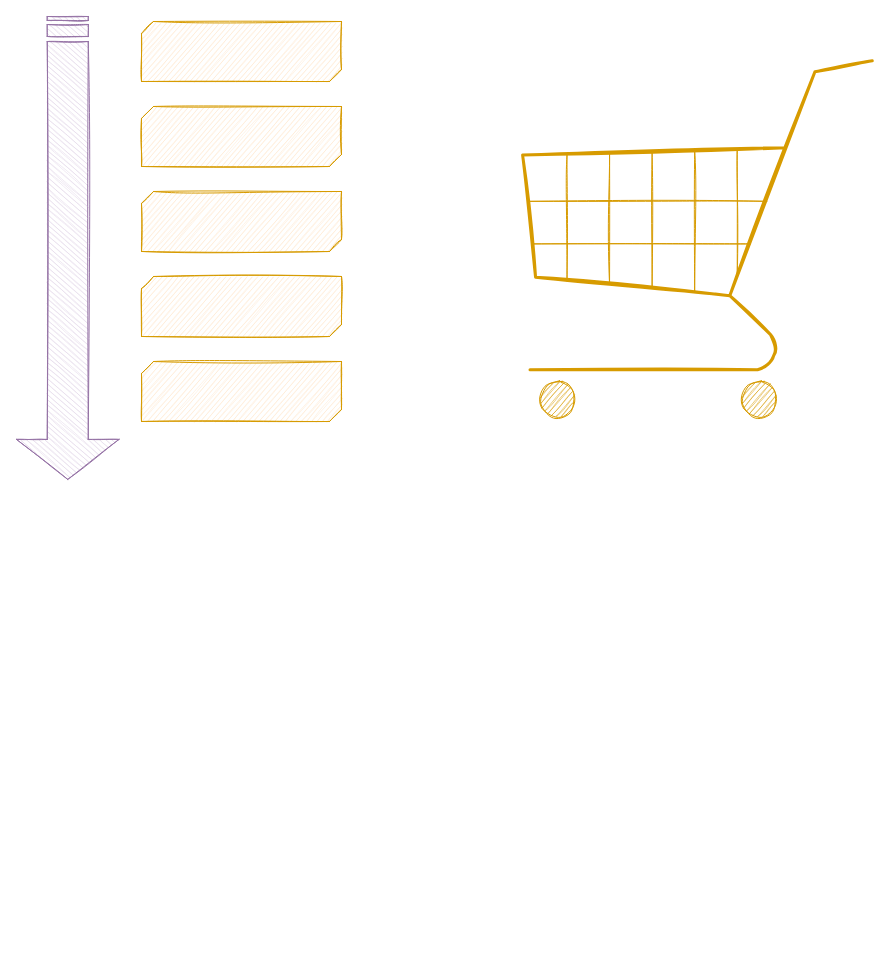
Before: assets/TimeTravelling.drawio in oskardudycz/EventSourcing.NetCore, a draw.io diagram. Source tidied: cells renumbered, new cells numbered last; positions are measured from the earlier drawing's top-left corner, leaving out a move shared by most shapes. Both pictures are drawn from the tidied source at 100%, with x=0, y=0 at pixel (-164, 21).
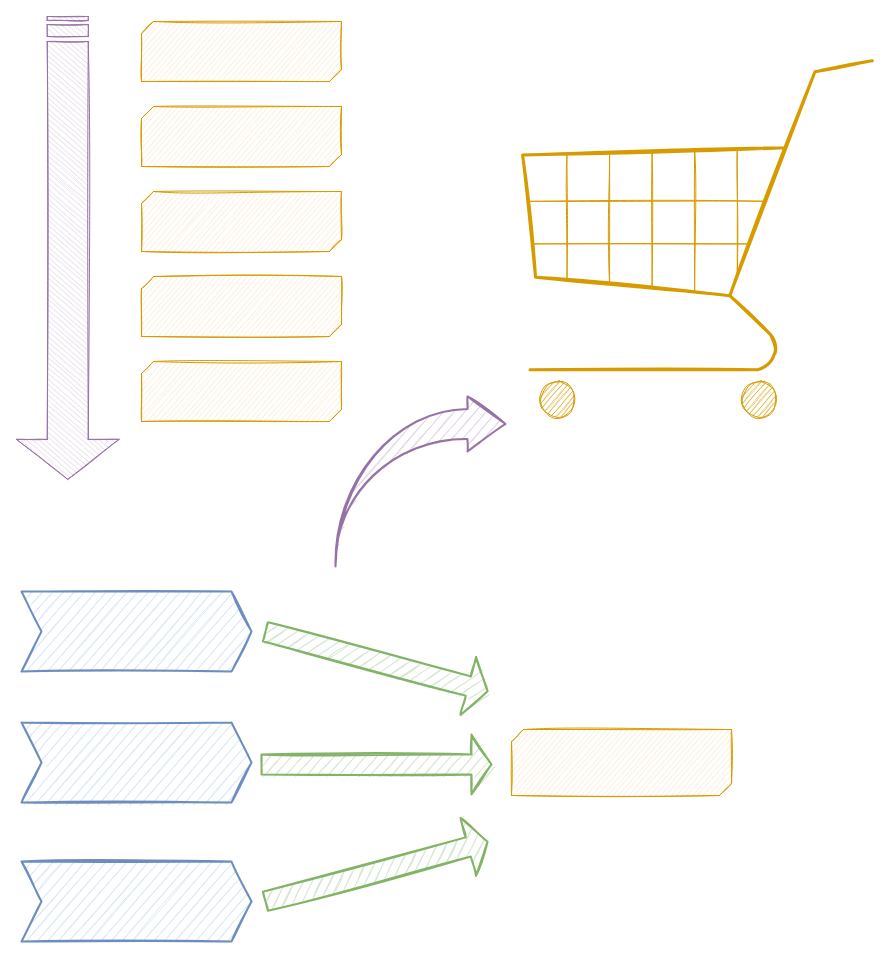
The same diagram, later.

Change to the diagram source:
```diff
@@
 <mxGraphModel>
   <root>
     <mxCell id="0" />
     <mxCell id="1" parent="0" />
     <mxCell id="2" style="html=1;shadow=0;dashed=0;align=center;verticalAlign=middle;shape=mxgraph.arrows2.stripedArrow;dy=0.6;dx=40;notch=25;rotation=90;fillColor=#e1d5e7;strokeColor=#9673a6;sketch=1;" parent="1" vertex="1">
       <mxGeometry x="-0.2" y="175.2" width="462.9" height="102.5" as="geometry" />
     </mxCell>
     <mxCell id="3" style="verticalLabelPosition=bottom;verticalAlign=top;html=1;shape=mxgraph.basic.diag_snip_rect;dx=6;shadow=0;sketch=1;fillColor=#ffe6cc;strokeColor=#d79b00;" parent="1" vertex="1">
       <mxGeometry x="305" width="200" height="60" as="geometry" />
     </mxCell>
     <mxCell id="4" style="verticalLabelPosition=bottom;verticalAlign=top;html=1;shape=mxgraph.basic.diag_snip_rect;dx=6;shadow=0;sketch=1;fillColor=#ffe6cc;strokeColor=#d79b00;" parent="1" vertex="1">
       <mxGeometry x="305" y="340" width="200" height="60" as="geometry" />
     </mxCell>
     <mxCell id="5" style="verticalLabelPosition=bottom;verticalAlign=top;html=1;shape=mxgraph.basic.diag_snip_rect;dx=6;shadow=0;sketch=1;fillColor=#ffe6cc;strokeColor=#d79b00;" parent="1" vertex="1">
       <mxGeometry x="305" y="85" width="200" height="60" as="geometry" />
     </mxCell>
     <mxCell id="6" style="verticalLabelPosition=bottom;verticalAlign=top;html=1;shape=mxgraph.basic.diag_snip_rect;dx=6;shadow=0;sketch=1;fillColor=#ffe6cc;strokeColor=#d79b00;" parent="1" vertex="1">
       <mxGeometry x="305" y="170" width="200" height="60" as="geometry" />
     </mxCell>
     <mxCell id="7" style="verticalLabelPosition=bottom;verticalAlign=top;html=1;shape=mxgraph.basic.diag_snip_rect;dx=6;shadow=0;sketch=1;fillColor=#ffe6cc;strokeColor=#d79b00;" parent="1" vertex="1">
       <mxGeometry x="305" y="255" width="200" height="60" as="geometry" />
     </mxCell>
     <mxCell id="8" style="verticalLabelPosition=bottom;shadow=0;dashed=0;align=center;html=1;verticalAlign=top;strokeWidth=2;shape=mxgraph.mockup.misc.shoppingCart;strokeColor=#d79b00;sketch=1;fillColor=#ffe6cc;perimeterSpacing=0;" parent="1" vertex="1">
       <mxGeometry x="675" y="30" width="370" height="370" as="geometry" />
     </mxCell>
+    <mxCell id="9" style="verticalLabelPosition=bottom;verticalAlign=top;html=1;shape=mxgraph.basic.diag_snip_rect;dx=6;shadow=0;sketch=1;fillColor=#ffe6cc;strokeColor=#d79b00;" parent="1" vertex="1">
+      <mxGeometry x="675" y="708" width="220" height="66" as="geometry" />
+    </mxCell>
+    <mxCell id="10" style="html=1;shadow=0;dashed=0;align=center;verticalAlign=middle;shape=mxgraph.arrows2.jumpInArrow;dy=15;dx=38;arrowHead=55;sketch=1;strokeWidth=2;fillColor=#e1d5e7;strokeColor=#9673a6;" parent="1" vertex="1">
+      <mxGeometry x="499" y="375" width="170" height="170" as="geometry" />
+    </mxCell>
+    <mxCell id="11" style="shape=step;perimeter=stepPerimeter;whiteSpace=wrap;html=1;fixedSize=1;shadow=0;sketch=1;strokeWidth=2;fillColor=#dae8fc;strokeColor=#6c8ebf;" parent="1" vertex="1">
+      <mxGeometry x="185" y="570" width="230" height="80" as="geometry" />
+    </mxCell>
+    <mxCell id="12" style="shape=step;perimeter=stepPerimeter;whiteSpace=wrap;html=1;fixedSize=1;shadow=0;sketch=1;strokeWidth=2;fillColor=#dae8fc;strokeColor=#6c8ebf;" parent="1" vertex="1">
+      <mxGeometry x="185" y="701" width="230" height="80" as="geometry" />
+    </mxCell>
+    <mxCell id="13" style="shape=step;perimeter=stepPerimeter;whiteSpace=wrap;html=1;fixedSize=1;shadow=0;sketch=1;strokeWidth=2;fillColor=#dae8fc;strokeColor=#6c8ebf;" parent="1" vertex="1">
+      <mxGeometry x="185" y="840" width="230" height="80" as="geometry" />
+    </mxCell>
+    <mxCell id="14" style="html=1;shadow=0;dashed=0;align=center;verticalAlign=middle;shape=mxgraph.arrows2.arrow;dy=0.67;dx=20;notch=0;sketch=1;strokeWidth=2;rotation=15;fillColor=#d5e8d4;strokeColor=#82b366;" parent="1" vertex="1">
+      <mxGeometry x="425" y="610" width="230" height="60" as="geometry" />
+    </mxCell>
+    <mxCell id="15" style="html=1;shadow=0;dashed=0;align=center;verticalAlign=middle;shape=mxgraph.arrows2.arrow;dy=0.67;dx=20;notch=0;sketch=1;strokeWidth=2;rotation=0;fillColor=#d5e8d4;strokeColor=#82b366;" parent="1" vertex="1">
+      <mxGeometry x="425" y="713" width="230" height="60" as="geometry" />
+    </mxCell>
+    <mxCell id="16" style="html=1;shadow=0;dashed=0;align=center;verticalAlign=middle;shape=mxgraph.arrows2.arrow;dy=0.67;dx=20;notch=0;sketch=1;strokeWidth=2;rotation=-15;fillColor=#d5e8d4;strokeColor=#82b366;" parent="1" vertex="1">
+      <mxGeometry x="425" y="820" width="230" height="60" as="geometry" />
+    </mxCell>
   </root>
 </mxGraphModel>
```
